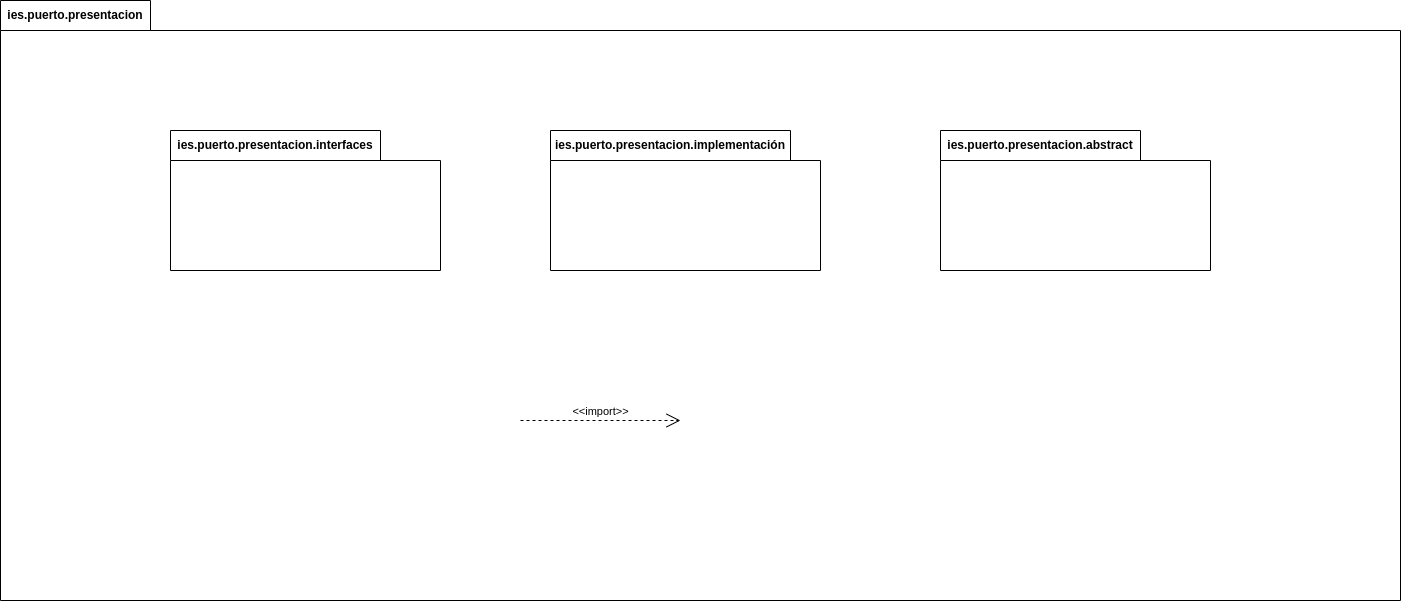
Earlier version of the draw.io export PruebaDiagramaPaquetes.png (PeterMartEsc/ETS). Source tidied: cells renumbered, new cells last; positions are measured from the earlier drawing's top-left corner, leaving out a move shared by most shapes.
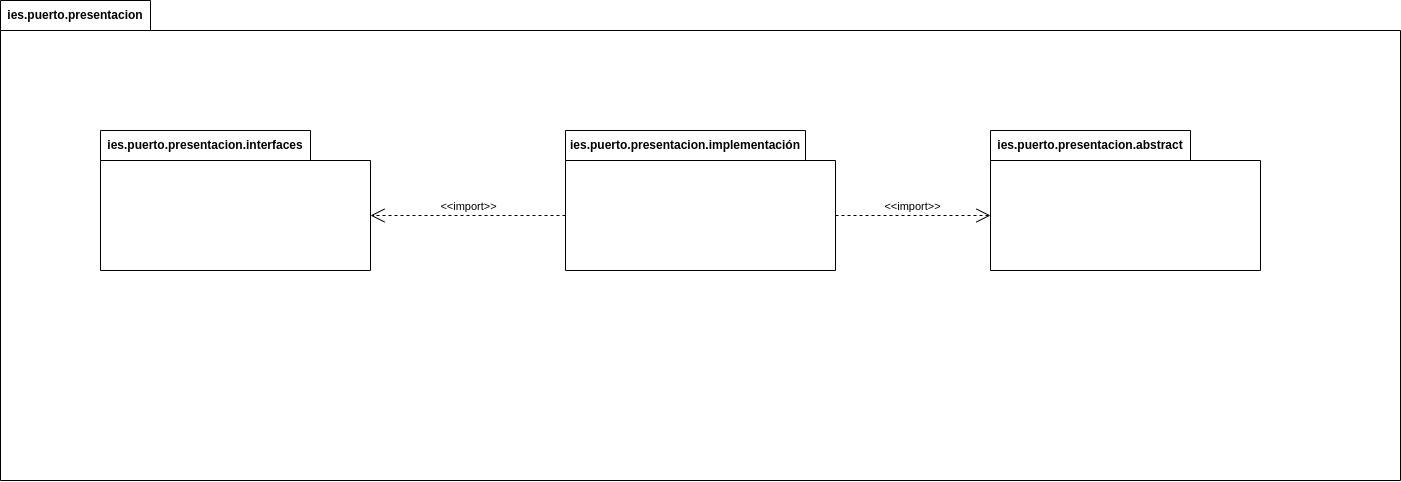
Later version of the same file.

What changed in the source:
```diff
@@ -3,22 +3,22 @@
     <mxCell id="0" />
     <mxCell id="1" parent="0" />
     <mxCell id="2" value="ies.puerto.presentacion" style="shape=folder;fontStyle=1;tabWidth=150;tabHeight=30;tabPosition=left;html=1;boundedLbl=1;labelInHeader=1;whiteSpace=wrap;fillColor=none;" parent="1" vertex="1">
-      <mxGeometry width="1400" height="600" as="geometry" />
+      <mxGeometry width="1400" height="480" as="geometry" />
     </mxCell>
     <mxCell id="3" value="ies.puerto.presentacion.abstract" style="shape=folder;fontStyle=1;tabWidth=200;tabHeight=30;tabPosition=left;html=1;boundedLbl=1;labelInHeader=1;whiteSpace=wrap;fillColor=none;" parent="2" vertex="1">
-      <mxGeometry x="940" y="130" width="270" height="140" as="geometry" />
+      <mxGeometry x="990" y="130" width="270" height="140" as="geometry" />
     </mxCell>
     <mxCell id="4" value="ies.puerto.presentacion.interfaces" style="shape=folder;fontStyle=1;tabWidth=210;tabHeight=30;tabPosition=left;html=1;boundedLbl=1;labelInHeader=1;whiteSpace=wrap;fillColor=none;" parent="2" vertex="1">
-      <mxGeometry x="170" y="130" width="270" height="140" as="geometry" />
+      <mxGeometry x="100" y="130" width="270" height="140" as="geometry" />
     </mxCell>
     <mxCell id="5" value="ies.puerto.presentacion.implementación" style="shape=folder;fontStyle=1;tabWidth=240;tabHeight=30;tabPosition=left;html=1;boundedLbl=1;labelInHeader=1;whiteSpace=wrap;fillColor=none;" parent="2" vertex="1">
-      <mxGeometry x="550" y="130" width="270" height="140" as="geometry" />
+      <mxGeometry x="565" y="130" width="270" height="140" as="geometry" />
     </mxCell>
-    <mxCell id="6" value="&amp;lt;&amp;lt;import&amp;gt;&amp;gt;" style="edgeStyle=none;html=1;endArrow=open;endSize=12;dashed=1;verticalAlign=bottom;rounded=0;" parent="1" edge="1">
-      <mxGeometry relative="1" as="geometry">
-        <mxPoint x="520" y="420" as="sourcePoint" />
-        <mxPoint x="680" y="420" as="targetPoint" />
-      </mxGeometry>
+    <mxCell id="6" value="&amp;lt;&amp;lt;import&amp;gt;&amp;gt;" style="edgeStyle=none;html=1;endArrow=open;endSize=12;dashed=1;verticalAlign=bottom;rounded=0;exitX=0;exitY=0;exitDx=270;exitDy=85;exitPerimeter=0;entryX=0;entryY=0;entryDx=0;entryDy=85;entryPerimeter=0;" parent="2" edge="1" source="5" target="3">
+      <mxGeometry relative="1" as="geometry" />
     </mxCell>
+    <mxCell id="7" value="&amp;lt;&amp;lt;import&amp;gt;&amp;gt;" style="edgeStyle=none;html=1;endArrow=open;endSize=12;dashed=1;verticalAlign=bottom;rounded=0;exitX=0;exitY=0;exitDx=0;exitDy=85;exitPerimeter=0;entryX=0;entryY=0;entryDx=270;entryDy=85;entryPerimeter=0;" parent="2" edge="1" source="5" target="4">
+      <mxGeometry relative="1" as="geometry" />
+    </mxCell>
   </root>
 </mxGraphModel>
```
